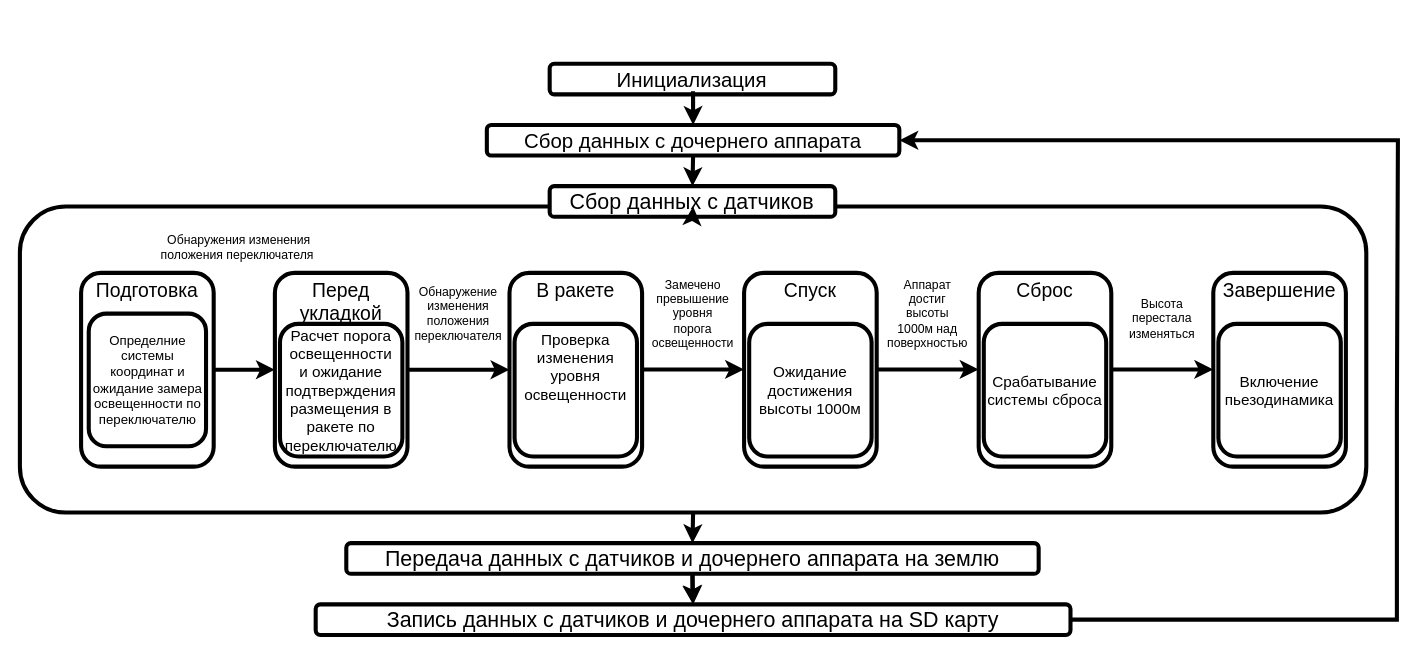
Above: doc/алгоритм работы аппарата ма.drawio in cansat-tsniimash/cansat-KNPN-S (draw.io), before the change. Source tidied: cells renumbered, new cells numbered last; positions are measured from the earlier drawing's top-left corner, leaving out a move shared by most shapes. Both pictures are drawn from the tidied source at 102%, with x=0, y=0 at pixel (19, 63).
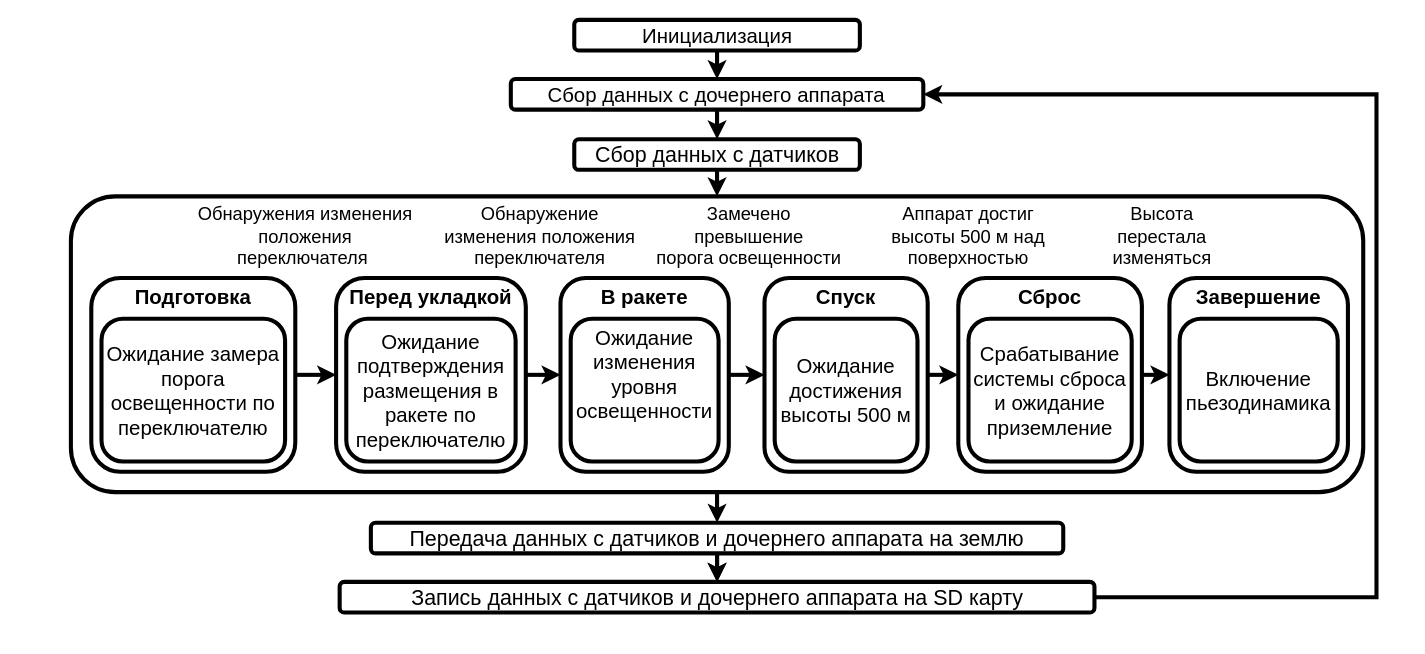
After the change.

Diff of the diagram source:
```diff
@@
     <mxCell id="2" value="&lt;span&gt;Инициализация&lt;/span&gt;" style="rounded=1;whiteSpace=wrap;html=1;fillColor=default;strokeWidth=4;fontStyle=0;fontSize=20;" parent="1" vertex="1">
-      <mxGeometry x="519.4" width="280" height="30" as="geometry" />
+      <mxGeometry x="543.5" y="-43" width="280" height="30" as="geometry" />
     </mxCell>
     <mxCell id="3" value="&lt;span&gt;&lt;font&gt;Сбор данных с дочернего аппарата&lt;/font&gt;&lt;/span&gt;" style="rounded=1;whiteSpace=wrap;html=1;fillColor=default;strokeWidth=4;fontStyle=0;fontSize=20;" parent="1" vertex="1">
-      <mxGeometry x="457.8" y="60" width="404.4" height="30" as="geometry" />
+      <mxGeometry x="481.3" y="15" width="404.4" height="30" as="geometry" />
     </mxCell>
-    <mxCell id="4" style="endArrow=classic;html=1;rounded=0;exitX=0.502;exitY=0.895;exitDx=0;exitDy=0;entryX=0.5;entryY=0;entryDx=0;entryDy=0;fontSize=15;strokeWidth=4;strokeColor=#000000;fontStyle=0;exitPerimeter=0;" parent="1" edge="1" source="2" target="3">
+    <mxCell id="4" style="endArrow=classic;html=1;rounded=0;entryX=0.5;entryY=0;entryDx=0;entryDy=0;fontSize=15;strokeWidth=4;strokeColor=#000000;fontStyle=0;exitX=0.5;exitY=1;exitDx=0;exitDy=0;" parent="1" edge="1" source="2" target="3">
       <mxGeometry relative="1" as="geometry" />
     </mxCell>
     <mxCell id="5" style="rounded=1;whiteSpace=wrap;html=1;fillColor=default;strokeWidth=4;fontStyle=0;" parent="1" vertex="1">
-      <mxGeometry y="140" width="1320" height="300" as="geometry" />
+      <mxGeometry x="50" y="130" width="1267" height="290" as="geometry" />
     </mxCell>
@@
     <mxCell id="10" value="&lt;span style=&quot;font-size: 21px;&quot;&gt;&lt;span&gt;Передача данных с датчиков и дочернего аппарата на землю&lt;/span&gt;&lt;/span&gt;" style="rounded=1;whiteSpace=wrap;html=1;fillColor=default;strokeWidth=4;fontStyle=0;" parent="1" vertex="1">
-      <mxGeometry x="320" y="470" width="678.8" height="30" as="geometry" />
+      <mxGeometry x="344.1" y="450" width="678.8" height="30" as="geometry" />
     </mxCell>
     <mxCell id="11" value="&lt;span&gt;&lt;font style=&quot;font-size: 21px;&quot;&gt;Запись данных с датчиков и дочернего аппарата на SD карту&lt;/font&gt;&lt;/span&gt;" style="rounded=1;whiteSpace=wrap;html=1;fillColor=default;strokeWidth=4;fontStyle=0;" parent="1" vertex="1">
-      <mxGeometry x="290" y="530" width="740" height="30" as="geometry" />
+      <mxGeometry x="313.5" y="508" width="740" height="30" as="geometry" />
     </mxCell>
-    <mxCell id="12" style="endArrow=classic;html=1;rounded=0;exitX=1;exitY=0.5;exitDx=0;exitDy=0;fontSize=15;strokeWidth=4;strokeColor=#000000;entryX=1;entryY=0.5;entryDx=0;entryDy=0;fontStyle=0;" parent="1" edge="1" source="11" target="3">
-      <mxGeometry relative="1" as="geometry">
-        <Array as="points">
-          <mxPoint x="1350" y="545" />
-          <mxPoint x="1350" y="340" />
-          <mxPoint x="1351" y="75" />
-        </Array>
-      </mxGeometry>
-    </mxCell>
-    <mxCell id="13" value="&lt;span style=&quot;font-size: 19px;&quot;&gt;Перед укладкой&lt;/span&gt;" style="rounded=1;whiteSpace=wrap;html=1;strokeWidth=4;fontStyle=0;verticalAlign=top;" parent="1" vertex="1">
-      <mxGeometry x="250" y="205" width="130" height="190" as="geometry" />
+    <mxCell id="13" value="&lt;span&gt;Перед укладкой&lt;/span&gt;" style="rounded=1;whiteSpace=wrap;html=1;strokeWidth=4;fontStyle=1;verticalAlign=top;fontSize=20;" parent="1" vertex="1">
+      <mxGeometry x="310" y="210" width="186" height="190" as="geometry" />
     </mxCell>
-    <mxCell id="14" value="&lt;span style=&quot;font-size: 19px;&quot;&gt;В ракете&lt;/span&gt;" style="rounded=1;whiteSpace=wrap;html=1;strokeWidth=4;fontStyle=0;verticalAlign=top;" parent="1" vertex="1">
-      <mxGeometry x="480" y="205" width="130" height="190" as="geometry" />
+    <mxCell id="14" value="&lt;span&gt;В ракете&lt;/span&gt;" style="rounded=1;whiteSpace=wrap;html=1;strokeWidth=4;fontStyle=1;verticalAlign=top;fontSize=20;" parent="1" vertex="1">
+      <mxGeometry x="530" y="210" width="165" height="190" as="geometry" />
     </mxCell>
-    <mxCell id="15" value="&lt;span style=&quot;font-size: 19px;&quot;&gt;Спуск&lt;/span&gt;" style="rounded=1;whiteSpace=wrap;html=1;strokeWidth=4;fontStyle=0;verticalAlign=top;" parent="1" vertex="1">
-      <mxGeometry x="710" y="205" width="130" height="190" as="geometry" />
+    <mxCell id="15" value="&lt;span&gt;Спуск&lt;/span&gt;" style="rounded=1;whiteSpace=wrap;html=1;strokeWidth=4;fontStyle=1;verticalAlign=top;fontSize=20;" parent="1" vertex="1">
+      <mxGeometry x="730" y="210" width="160" height="190" as="geometry" />
     </mxCell>
-    <mxCell id="16" value="&lt;span style=&quot;font-size: 19px;&quot;&gt;Сброс&lt;/span&gt;" style="rounded=1;whiteSpace=wrap;html=1;strokeWidth=4;fontStyle=0;verticalAlign=top;" parent="1" vertex="1">
-      <mxGeometry x="940" y="205" width="130" height="190" as="geometry" />
+    <mxCell id="16" value="&lt;span&gt;Сброс&lt;/span&gt;" style="rounded=1;whiteSpace=wrap;html=1;strokeWidth=4;fontStyle=1;verticalAlign=top;fontSize=20;" parent="1" vertex="1">
+      <mxGeometry x="920" y="210" width="180" height="190" as="geometry" />
     </mxCell>
-    <mxCell id="17" style="rounded=1;whiteSpace=wrap;html=1;strokeWidth=4;fontStyle=0;" parent="1" vertex="1">
-      <mxGeometry x="255" y="255" width="120" height="130" as="geometry" />
+    <mxCell id="17" value="&lt;span style=&quot;font-size: 20px;&quot;&gt;Ожидание подтверждения размещения в ракете по переключателю&lt;/span&gt;" style="rounded=1;whiteSpace=wrap;html=1;strokeWidth=4;fontStyle=0;" parent="1" vertex="1">
+      <mxGeometry x="320" y="250" width="166" height="140" as="geometry" />
     </mxCell>
-    <mxCell id="18" value="&lt;span style=&quot;font-size: 15px;&quot;&gt;Проверка изменения уровня освещенности&lt;/span&gt;" style="rounded=1;whiteSpace=wrap;html=1;strokeWidth=4;fontStyle=0;verticalAlign=top;" parent="1" vertex="1">
-      <mxGeometry x="485" y="255" width="120" height="130" as="geometry" />
+    <mxCell id="18" value="&lt;span&gt;Ожидание изменения уровня освещенности&lt;/span&gt;" style="rounded=1;whiteSpace=wrap;html=1;strokeWidth=4;fontStyle=0;verticalAlign=top;fontSize=20;" parent="1" vertex="1">
+      <mxGeometry x="540" y="250" width="145" height="140" as="geometry" />
     </mxCell>
-    <mxCell id="19" value="&lt;span style=&quot;font-size: 15px;&quot;&gt;Ожидание достижения высоты 1000м&lt;/span&gt;" style="rounded=1;whiteSpace=wrap;html=1;strokeWidth=4;fontStyle=0;verticalAlign=middle;" parent="1" vertex="1">
-      <mxGeometry x="715" y="255" width="120" height="130" as="geometry" />
+    <mxCell id="19" value="&lt;span&gt;Ожидание достижения высоты 500 м&lt;/span&gt;" style="rounded=1;whiteSpace=wrap;html=1;strokeWidth=4;fontStyle=0;verticalAlign=middle;fontSize=20;" parent="1" vertex="1">
+      <mxGeometry x="740" y="250" width="140" height="140" as="geometry" />
     </mxCell>
-    <mxCell id="20" value="&lt;span style=&quot;font-size: 15px;&quot;&gt;Срабатывание системы сброса&lt;/span&gt;" style="rounded=1;whiteSpace=wrap;html=1;strokeWidth=4;fontStyle=0;verticalAlign=middle;" parent="1" vertex="1">
-      <mxGeometry x="945" y="255" width="120" height="130" as="geometry" />
-    </mxCell>
-    <mxCell id="21" value="&lt;span style=&quot;font-size: 19px;&quot;&gt;Завершение&lt;/span&gt;" style="rounded=1;whiteSpace=wrap;html=1;strokeWidth=4;fontStyle=0;verticalAlign=top;" parent="1" vertex="1">
-      <mxGeometry x="1170" y="205" width="130" height="190" as="geometry" />
+    <mxCell id="21" value="&lt;span&gt;Завершение&lt;/span&gt;" style="rounded=1;whiteSpace=wrap;html=1;strokeWidth=4;fontStyle=1;verticalAlign=top;fontSize=20;" parent="1" vertex="1">
+      <mxGeometry x="1127" y="210" width="175" height="190" as="geometry" />
     </mxCell>
-    <mxCell id="22" value="&lt;span style=&quot;font-size: 15px;&quot;&gt;Включение пьезодинамика&lt;/span&gt;" style="rounded=1;whiteSpace=wrap;html=1;strokeWidth=4;fontStyle=0;verticalAlign=middle;" parent="1" vertex="1">
-      <mxGeometry x="1175" y="255" width="120" height="130" as="geometry" />
+    <mxCell id="22" value="&lt;span&gt;Включение пьезодинамика&lt;/span&gt;" style="rounded=1;whiteSpace=wrap;html=1;strokeWidth=4;fontStyle=0;verticalAlign=middle;fontSize=20;" parent="1" vertex="1">
+      <mxGeometry x="1137" y="250" width="155" height="140" as="geometry" />
     </mxCell>
-    <mxCell id="23" value="&lt;font&gt;Расчет порога освещенности и&amp;nbsp;ожидание подтверждения размещения в ракете по переключателю&lt;/font&gt;" style="text;html=1;align=center;verticalAlign=middle;whiteSpace=wrap;rounded=0;fontStyle=0;fontSize=15;strokeWidth=4;" parent="1" vertex="1">
-      <mxGeometry x="275" y="300" width="80" height="40" as="geometry" />
-    </mxCell>
-    <mxCell id="24" style="endArrow=classic;html=1;rounded=0;exitX=1;exitY=0.5;exitDx=0;exitDy=0;entryX=0;entryY=0.5;entryDx=0;entryDy=0;fontSize=15;strokeWidth=4;fontStyle=0;" parent="1" edge="1" source="13" target="14">
+    <mxCell id="24" style="endArrow=classic;html=1;rounded=0;fontSize=15;strokeWidth=4;fontStyle=0;exitX=1;exitY=0.5;exitDx=0;exitDy=0;entryX=0;entryY=0.5;entryDx=0;entryDy=0;" parent="1" edge="1" source="13" target="14">
       <mxGeometry relative="1" as="geometry" />
     </mxCell>
-    <mxCell id="25" value="Обнаружение изменения положения переключателя" style="text;html=1;align=center;verticalAlign=middle;whiteSpace=wrap;rounded=0;fontStyle=0;fontSize=12;strokeWidth=4;" parent="1" vertex="1">
-      <mxGeometry x="390" y="225" width="80" height="40" as="geometry" />
+    <mxCell id="25" value="Обнаружение изменения положения переключателя" style="text;html=1;align=center;verticalAlign=middle;whiteSpace=wrap;rounded=0;fontStyle=0;fontSize=18;strokeWidth=4;" parent="1" vertex="1">
+      <mxGeometry x="410" y="150" width="200" height="40" as="geometry" />
     </mxCell>
-    <mxCell id="26" style="endArrow=classic;html=1;rounded=0;exitX=1;exitY=0.5;exitDx=0;exitDy=0;entryX=0;entryY=0.5;entryDx=0;entryDy=0;fontSize=15;strokeWidth=4;fontStyle=0;" parent="1" edge="1">
-      <mxGeometry relative="1" as="geometry">
-        <mxPoint x="610" y="299.7" as="sourcePoint" />
-        <mxPoint x="710" y="299.7" as="targetPoint" />
-      </mxGeometry>
-    </mxCell>
-    <mxCell id="27" style="endArrow=classic;html=1;rounded=0;exitX=1;exitY=0.5;exitDx=0;exitDy=0;entryX=0;entryY=0.5;entryDx=0;entryDy=0;fontSize=15;strokeWidth=4;fontStyle=0;" parent="1" edge="1">
-      <mxGeometry relative="1" as="geometry">
-        <mxPoint x="840" y="299.7" as="sourcePoint" />
-        <mxPoint x="940" y="299.7" as="targetPoint" />
-      </mxGeometry>
-    </mxCell>
-    <mxCell id="28" style="endArrow=classic;html=1;rounded=0;exitX=1;exitY=0.5;exitDx=0;exitDy=0;entryX=0;entryY=0.5;entryDx=0;entryDy=0;fontSize=15;strokeWidth=4;fontStyle=0;" parent="1" edge="1">
-      <mxGeometry relative="1" as="geometry">
-        <mxPoint x="1070" y="299.7" as="sourcePoint" />
-        <mxPoint x="1170" y="299.7" as="targetPoint" />
-      </mxGeometry>
-    </mxCell>
-    <mxCell id="29" value="Замечено превышение уровня&lt;div&gt;порога освещенности&lt;/div&gt;" style="text;html=1;align=center;verticalAlign=middle;whiteSpace=wrap;rounded=0;fontStyle=0;fontSize=12;strokeWidth=4;" parent="1" vertex="1">
-      <mxGeometry x="620" y="225" width="80" height="40" as="geometry" />
+    <mxCell id="29" value="Замечено превышение&lt;div&gt;порога освещенности&lt;/div&gt;" style="text;html=1;align=center;verticalAlign=middle;whiteSpace=wrap;rounded=0;fontStyle=0;fontSize=18;strokeWidth=4;" parent="1" vertex="1">
+      <mxGeometry x="620" y="150" width="190" height="40" as="geometry" />
     </mxCell>
-    <mxCell id="30" value="Аппарат достиг высоты 1000м над поверхностью" style="text;html=1;align=center;verticalAlign=middle;whiteSpace=wrap;rounded=0;fontStyle=0;fontSize=12;strokeWidth=4;" parent="1" vertex="1">
-      <mxGeometry x="850" y="225" width="80" height="40" as="geometry" />
+    <mxCell id="30" value="Аппарат достиг высоты 500 м над поверхностью" style="text;html=1;align=center;verticalAlign=middle;whiteSpace=wrap;rounded=0;fontStyle=0;fontSize=18;strokeWidth=4;" parent="1" vertex="1">
+      <mxGeometry x="850" y="150" width="160" height="40" as="geometry" />
     </mxCell>
-    <mxCell id="31" value="Высота перестала изменяться" style="text;html=1;align=center;verticalAlign=middle;whiteSpace=wrap;rounded=0;fontStyle=0;fontSize=12;strokeWidth=4;" parent="1" vertex="1">
-      <mxGeometry x="1080" y="230" width="80" height="40" as="geometry" />
+    <mxCell id="31" value="Высота перестала изменяться" style="text;html=1;align=center;verticalAlign=middle;whiteSpace=wrap;rounded=0;fontStyle=0;fontSize=18;strokeWidth=4;" parent="1" vertex="1">
+      <mxGeometry x="1080" y="150" width="80" height="40" as="geometry" />
     </mxCell>
     <mxCell id="32" value="&lt;span&gt;&lt;font style=&quot;font-size: 21px;&quot;&gt;Сбор данных с датчиков&lt;/font&gt;&lt;/span&gt;" style="rounded=1;whiteSpace=wrap;html=1;fillColor=default;strokeWidth=4;fontStyle=0;" parent="1" vertex="1">
-      <mxGeometry x="519.4" y="120" width="280" height="30" as="geometry" />
+      <mxGeometry x="543.5" y="74" width="280" height="30" as="geometry" />
     </mxCell>
@@
-    <mxCell id="34" value="&lt;span style=&quot;font-size: 19px;&quot;&gt;Подготовка&lt;/span&gt;" style="rounded=1;whiteSpace=wrap;html=1;strokeWidth=4;fontStyle=0;verticalAlign=top;" parent="1" vertex="1">
-      <mxGeometry x="60" y="205" width="130" height="190" as="geometry" />
+    <mxCell id="34" value="&lt;span&gt;Подготовка&lt;/span&gt;" style="rounded=1;whiteSpace=wrap;html=1;strokeWidth=4;fontStyle=1;verticalAlign=top;fontSize=20;" parent="1" vertex="1">
+      <mxGeometry x="70" y="210" width="200" height="190" as="geometry" />
     </mxCell>
-    <mxCell id="35" value="&lt;span style=&quot;font-size: 13px;&quot;&gt;Определние системы координат и ожидание замера освещенности по переключателю&lt;/span&gt;" style="rounded=1;whiteSpace=wrap;html=1;strokeWidth=4;fontStyle=0;" parent="1" vertex="1">
-      <mxGeometry x="67.5" y="245" width="115" height="130" as="geometry" />
+    <mxCell id="35" value="Ожидание замера порога освещенности по переключателю" style="rounded=1;whiteSpace=wrap;html=1;strokeWidth=4;fontStyle=0;fontSize=20;" parent="1" vertex="1">
+      <mxGeometry x="80" y="250" width="180" height="140" as="geometry" />
     </mxCell>
-    <mxCell id="36" style="endArrow=classic;html=1;rounded=0;exitX=1;exitY=0.5;exitDx=0;exitDy=0;fontSize=15;strokeWidth=4;fontStyle=0;" parent="1" edge="1" source="34">
-      <mxGeometry relative="1" as="geometry">
-        <mxPoint x="250" y="300" as="targetPoint" />
-      </mxGeometry>
-    </mxCell>
-    <mxCell id="37" value="Обнаружения изменения положения переключателя&amp;nbsp;" style="text;html=1;align=center;verticalAlign=middle;whiteSpace=wrap;rounded=0;fontStyle=0;fontSize=12;strokeWidth=4;" parent="1" vertex="1">
-      <mxGeometry x="130" y="160" width="170" height="40" as="geometry" />
+    <mxCell id="37" value="Обнаружения изменения положения переключателя&amp;nbsp;" style="text;html=1;align=center;verticalAlign=middle;whiteSpace=wrap;rounded=0;fontStyle=0;fontSize=18;strokeWidth=4;" parent="1" vertex="1">
+      <mxGeometry x="170" y="150" width="220" height="40" as="geometry" />
     </mxCell>
-    <mxCell id="38" style="edgeStyle=orthogonalEdgeStyle;rounded=0;orthogonalLoop=1;jettySize=auto;html=1;exitX=0.5;exitY=1;exitDx=0;exitDy=0;strokeWidth=4;fontStyle=0;" parent="1" edge="1" source="23" target="23">
-      <mxGeometry relative="1" as="geometry" />
+    <mxCell id="38" style="edgeStyle=orthogonalEdgeStyle;rounded=0;orthogonalLoop=1;jettySize=auto;html=1;exitX=0.5;exitY=1;exitDx=0;exitDy=0;strokeWidth=4;fontStyle=0;" parent="1" edge="1">
+      <mxGeometry relative="1" as="geometry">
+        <mxPoint x="315" y="340" as="sourcePoint" />
+        <mxPoint x="315" y="340" as="targetPoint" />
+      </mxGeometry>
     </mxCell>
+    <mxCell id="39" style="endArrow=classic;html=1;rounded=0;fontSize=15;strokeWidth=4;fontStyle=0;exitX=1;exitY=0.5;exitDx=0;exitDy=0;entryX=0;entryY=0.5;entryDx=0;entryDy=0;" parent="1" edge="1" source="34" target="13">
+      <mxGeometry relative="1" as="geometry" />
+    </mxCell>
+    <mxCell id="40" style="endArrow=classic;html=1;rounded=0;fontSize=15;strokeWidth=4;fontStyle=0;exitX=1;exitY=0.5;exitDx=0;exitDy=0;entryX=0;entryY=0.5;entryDx=0;entryDy=0;" parent="1" edge="1" source="14" target="15">
+      <mxGeometry relative="1" as="geometry" />
+    </mxCell>
+    <mxCell id="41" style="endArrow=classic;html=1;rounded=0;fontSize=15;strokeWidth=4;fontStyle=0;exitX=1;exitY=0.5;exitDx=0;exitDy=0;entryX=0;entryY=0.5;entryDx=0;entryDy=0;" parent="1" edge="1" source="15" target="16">
+      <mxGeometry relative="1" as="geometry" />
+    </mxCell>
+    <mxCell id="42" style="endArrow=classic;html=1;rounded=0;fontSize=15;strokeWidth=4;fontStyle=0;exitX=1;exitY=0.5;exitDx=0;exitDy=0;entryX=0;entryY=0.5;entryDx=0;entryDy=0;" parent="1" edge="1" source="16" target="21">
+      <mxGeometry relative="1" as="geometry" />
+    </mxCell>
+    <mxCell id="20" value="&lt;span&gt;Срабатывание системы сброса и ожидание приземление&lt;/span&gt;" style="rounded=1;whiteSpace=wrap;html=1;strokeWidth=4;fontStyle=0;verticalAlign=middle;fontSize=20;" parent="1" vertex="1">
+      <mxGeometry x="930" y="250" width="160" height="140" as="geometry" />
+    </mxCell>
+    <mxCell id="12" style="endArrow=classic;html=1;rounded=0;entryX=1;entryY=0.5;entryDx=0;entryDy=0;fontSize=15;strokeWidth=4;strokeColor=#000000;fontStyle=0;exitX=1;exitY=0.5;exitDx=0;exitDy=0;edgeStyle=orthogonalEdgeStyle;" parent="1" edge="1" source="11" target="3">
+      <mxGeometry relative="1" as="geometry">
+        <Array as="points">
+          <mxPoint x="1330" y="523" />
+          <mxPoint x="1330" y="30" />
+        </Array>
+      </mxGeometry>
+    </mxCell>
```
